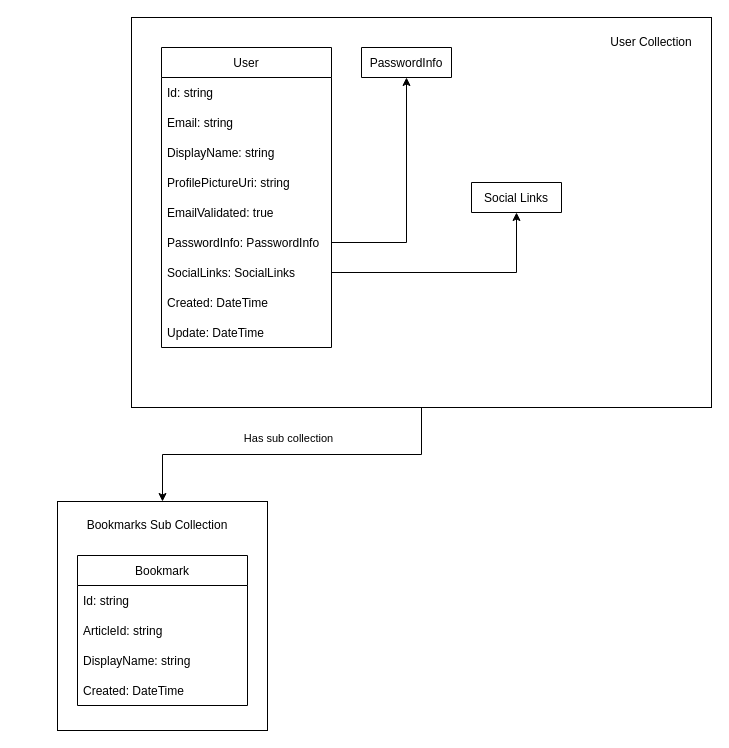
down-cast/architecture-and-docs keeps this draw.io diagram as Untitled Diagram.drawio. Above is the earlier version. Source tidied: cells renumbered, new cells numbered last; positions are measured from the earlier drawing's top-left corner, leaving out a move shared by most shapes. Both pictures are drawn from the tidied source at 100%, with x=0, y=0 at pixel (57, 17).
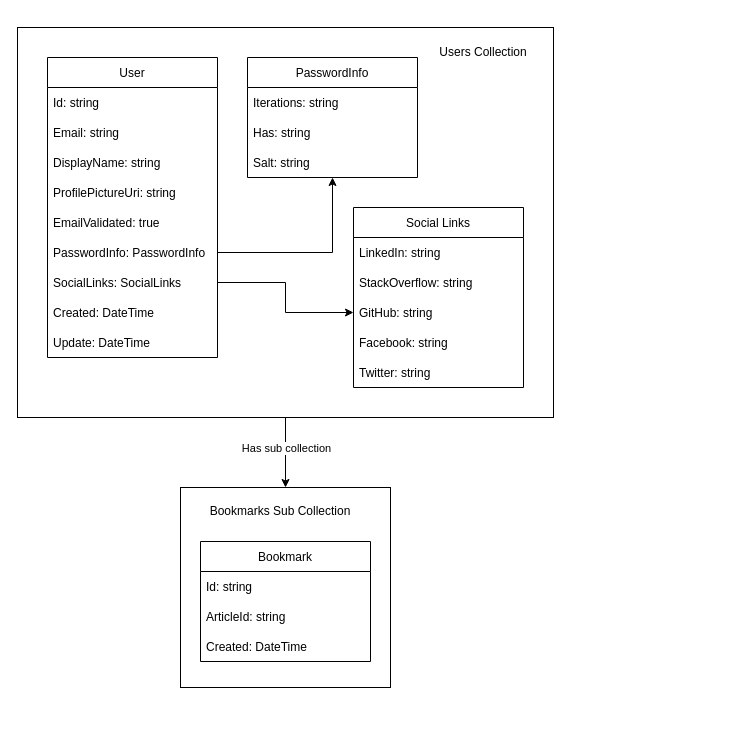
The same page after the edit.

Unchanged cells that the change refers to:
```xml
<mxCell id="9" value="PasswordInfo: PasswordInfo" style="text;strokeColor=none;fillColor=none;align=left;verticalAlign=middle;spacingLeft=4;spacingRight=4;overflow=hidden;points=[[0,0.5],[1,0.5]];portConstraint=eastwest;" parent="3" vertex="1">
  <mxGeometry y="180" width="170" height="30" as="geometry" />
</mxCell>
<mxCell id="10" value="SocialLinks: SocialLinks" style="text;strokeColor=none;fillColor=none;align=left;verticalAlign=middle;spacingLeft=4;spacingRight=4;overflow=hidden;points=[[0,0.5],[1,0.5]];portConstraint=eastwest;" parent="3" vertex="1">
  <mxGeometry y="210" width="170" height="30" as="geometry" />
</mxCell>
```

Diff of the diagram source:
```diff
@@
-    <mxCell id="2" style="group;" parent="1" vertex="1">
-      <mxGeometry x="74" width="580" height="390" as="geometry" />
-    </mxCell>
+    <mxCell id="27" style="edgeStyle=orthogonalEdgeStyle;rounded=0;jettySize=auto;html=1;exitX=0.5;exitY=1;exitDx=0;exitDy=0;entryX=0.5;entryY=0;entryDx=0;entryDy=0;" parent="1" edge="1" source="13" target="20">
+      <mxGeometry relative="1" as="geometry" />
+    </mxCell>
+    <mxCell id="28" value="Has sub collection" style="edgeLabel;html=1;align=center;verticalAlign=middle;" parent="27" vertex="1">
+      <mxGeometry x="-0.02" y="-3" relative="1" as="geometry">
+        <mxPoint x="3" y="-4" as="offset" />
+      </mxGeometry>
+    </mxCell>
+    <mxCell id="29" style="group;" parent="1" vertex="1">
+      <mxGeometry x="-40" y="10" width="536" height="390" as="geometry" />
+    </mxCell>
-    <mxCell id="3" value="User" style="swimlane;fontStyle=0;horizontal=1;startSize=30;fillStyle=auto;swimlaneLine=1;glass=0;" parent="2" vertex="1">
+    <mxCell id="3" value="User" style="swimlane;fontStyle=0;horizontal=1;startSize=30;fillStyle=auto;swimlaneLine=1;glass=0;" parent="29" vertex="1">
       <mxGeometry x="30" y="30" width="170" height="300" as="geometry" />
     </mxCell>
@@
-    <mxCell id="13" style="rounded=0;whiteSpace=wrap;html=1;glass=0;fillStyle=auto;fillColor=none;" parent="2" vertex="1">
-      <mxGeometry width="580" height="390" as="geometry" />
+    <mxCell id="13" style="rounded=0;whiteSpace=wrap;html=1;glass=0;fillStyle=auto;fillColor=none;" parent="29" vertex="1">
+      <mxGeometry width="536" height="390" as="geometry" />
     </mxCell>
-    <mxCell id="14" value="PasswordInfo" style="swimlane;fontStyle=0;horizontal=1;startSize=30;fillStyle=auto;swimlaneLine=1;glass=0;" parent="2" vertex="1" collapsed="1">
-      <mxGeometry x="230" y="30" width="90" height="30" as="geometry" />
+    <mxCell id="14" value="PasswordInfo" style="swimlane;fontStyle=0;horizontal=1;startSize=30;fillStyle=auto;swimlaneLine=1;glass=0;" parent="29" vertex="1">
+      <mxGeometry x="230" y="30" width="170" height="120" as="geometry" />
     </mxCell>
+    <mxCell id="30" value="Iterations: string" style="text;strokeColor=none;fillColor=none;align=left;verticalAlign=middle;spacingLeft=4;spacingRight=4;overflow=hidden;" parent="14" vertex="1">
+      <mxGeometry y="30" width="170" height="30" as="geometry" />
+    </mxCell>
+    <mxCell id="31" value="Has: string" style="text;strokeColor=none;fillColor=none;align=left;verticalAlign=middle;spacingLeft=4;spacingRight=4;overflow=hidden;" parent="14" vertex="1">
+      <mxGeometry y="60" width="170" height="30" as="geometry" />
+    </mxCell>
+    <mxCell id="32" value="Salt: string" style="text;strokeColor=none;fillColor=none;align=left;verticalAlign=middle;spacingLeft=4;spacingRight=4;overflow=hidden;" parent="14" vertex="1">
+      <mxGeometry y="90" width="170" height="30" as="geometry" />
+    </mxCell>
-    <mxCell id="15" value="Social Links" style="swimlane;fontStyle=0;horizontal=1;startSize=30;fillStyle=auto;swimlaneLine=1;glass=0;" parent="2" vertex="1" collapsed="1">
-      <mxGeometry x="340" y="165" width="90" height="30" as="geometry" />
+    <mxCell id="15" value="Social Links" style="swimlane;fontStyle=0;horizontal=1;startSize=30;fillStyle=auto;swimlaneLine=1;glass=0;" parent="29" vertex="1">
+      <mxGeometry x="336" y="180" width="170" height="180" as="geometry" />
     </mxCell>
+    <mxCell id="33" value="LinkedIn: string" style="text;strokeColor=none;fillColor=none;align=left;verticalAlign=middle;spacingLeft=4;spacingRight=4;overflow=hidden;" parent="15" vertex="1">
+      <mxGeometry y="30" width="170" height="30" as="geometry" />
+    </mxCell>
+    <mxCell id="34" value="StackOverflow: string" style="text;strokeColor=none;fillColor=none;align=left;verticalAlign=middle;spacingLeft=4;spacingRight=4;overflow=hidden;" parent="15" vertex="1">
+      <mxGeometry y="60" width="170" height="30" as="geometry" />
+    </mxCell>
+    <mxCell id="35" value="GitHub: string" style="text;strokeColor=none;fillColor=none;align=left;verticalAlign=middle;spacingLeft=4;spacingRight=4;overflow=hidden;points=[[0,0.5],[1,0.5]];portConstraint=eastwest;" parent="15" vertex="1">
+      <mxGeometry y="90" width="170" height="30" as="geometry" />
+    </mxCell>
+    <mxCell id="36" value="Facebook: string" style="text;strokeColor=none;fillColor=none;align=left;verticalAlign=middle;spacingLeft=4;spacingRight=4;overflow=hidden;" parent="15" vertex="1">
+      <mxGeometry y="120" width="170" height="30" as="geometry" />
+    </mxCell>
+    <mxCell id="37" value="Twitter: string" style="text;strokeColor=none;fillColor=none;align=left;verticalAlign=middle;spacingLeft=4;spacingRight=4;overflow=hidden;" parent="15" vertex="1">
+      <mxGeometry y="150" width="170" height="30" as="geometry" />
+    </mxCell>
-    <mxCell id="16" style="edgeStyle=orthogonalEdgeStyle;rounded=0;jettySize=auto;html=1;entryX=0.5;entryY=1;entryDx=0;entryDy=0;" parent="2" edge="1" source="9" target="14">
+    <mxCell id="16" style="edgeStyle=orthogonalEdgeStyle;rounded=0;jettySize=auto;html=1;entryX=0.5;entryY=1;entryDx=0;entryDy=0;" parent="29" edge="1" source="9" target="14">
       <mxGeometry relative="1" as="geometry" />
     </mxCell>
-    <mxCell id="17" style="edgeStyle=orthogonalEdgeStyle;rounded=0;jettySize=auto;html=1;entryX=0.5;entryY=1;entryDx=0;entryDy=0;" parent="2" edge="1" source="10" target="15">
+    <mxCell id="17" style="edgeStyle=orthogonalEdgeStyle;rounded=0;jettySize=auto;html=1;entryX=0;entryY=0.5;entryDx=0;entryDy=0;" parent="29" edge="1" source="10" target="35">
       <mxGeometry relative="1" as="geometry" />
     </mxCell>
-    <mxCell id="18" value="User Collection" style="text;html=1;strokeColor=none;fillColor=none;align=center;verticalAlign=middle;whiteSpace=wrap;rounded=0;glass=0;fillStyle=auto;" parent="2" vertex="1">
-      <mxGeometry x="470" y="10" width="100" height="30" as="geometry" />
+    <mxCell id="18" value="Users Collection" style="text;html=1;strokeColor=none;fillColor=none;align=center;verticalAlign=middle;whiteSpace=wrap;rounded=0;glass=0;fillStyle=auto;" parent="29" vertex="1">
+      <mxGeometry x="416" y="10" width="100" height="30" as="geometry" />
     </mxCell>
-    <mxCell id="19" style="group;" parent="1" vertex="1">
-      <mxGeometry y="484" width="210" height="229" as="geometry" />
-    </mxCell>
+    <mxCell id="38" style="group;" parent="1" vertex="1">
+      <mxGeometry x="123" y="470" width="210" height="200" as="geometry" />
+    </mxCell>
-    <mxCell id="20" style="rounded=0;whiteSpace=wrap;html=1;glass=0;fillStyle=auto;fillColor=none;" parent="19" vertex="1">
-      <mxGeometry width="210" height="229" as="geometry" />
+    <mxCell id="20" style="rounded=0;whiteSpace=wrap;html=1;glass=0;fillStyle=auto;fillColor=none;" parent="38" vertex="1">
+      <mxGeometry width="210" height="200" as="geometry" />
     </mxCell>
-    <mxCell id="21" value="Bookmark" style="swimlane;fontStyle=0;horizontal=1;startSize=30;fillStyle=auto;swimlaneLine=1;glass=0;" parent="19" vertex="1">
-      <mxGeometry x="20" y="54" width="170" height="150" as="geometry" />
+    <mxCell id="21" value="Bookmark" style="swimlane;fontStyle=0;horizontal=1;startSize=30;fillStyle=auto;swimlaneLine=1;glass=0;" parent="38" vertex="1">
+      <mxGeometry x="20" y="54" width="170" height="120" as="geometry" />
     </mxCell>
@@
-    <mxCell id="24" value="DisplayName: string" style="text;strokeColor=none;fillColor=none;align=left;verticalAlign=middle;spacingLeft=4;spacingRight=4;overflow=hidden;" parent="21" vertex="1">
-      <mxGeometry y="90" width="170" height="30" as="geometry" />
-    </mxCell>
     <mxCell id="25" value="Created: DateTime" style="text;strokeColor=none;fillColor=none;align=left;verticalAlign=middle;spacingLeft=4;spacingRight=4;overflow=hidden;" parent="21" vertex="1">
-      <mxGeometry y="120" width="170" height="30" as="geometry" />
+      <mxGeometry y="90" width="170" height="30" as="geometry" />
     </mxCell>
-    <mxCell id="26" value="Bookmarks Sub Collection" style="text;html=1;strokeColor=none;fillColor=none;align=center;verticalAlign=middle;whiteSpace=wrap;rounded=0;glass=0;fillStyle=auto;" parent="19" vertex="1">
+    <mxCell id="26" value="Bookmarks Sub Collection" style="text;html=1;strokeColor=none;fillColor=none;align=center;verticalAlign=middle;whiteSpace=wrap;rounded=0;glass=0;fillStyle=auto;" parent="38" vertex="1">
       <mxGeometry x="20" y="9" width="160" height="30" as="geometry" />
     </mxCell>
-    <mxCell id="27" style="edgeStyle=orthogonalEdgeStyle;rounded=0;jettySize=auto;html=1;exitX=0.5;exitY=1;exitDx=0;exitDy=0;entryX=0.5;entryY=0;entryDx=0;entryDy=0;" parent="1" edge="1" source="13" target="20">
-      <mxGeometry relative="1" as="geometry" />
-    </mxCell>
-    <mxCell id="28" value="Has sub collection" style="edgeLabel;html=1;align=center;verticalAlign=middle;" parent="27" vertex="1">
-      <mxGeometry x="-0.02" y="-3" relative="1" as="geometry">
-        <mxPoint x="-8" y="-14" as="offset" />
-      </mxGeometry>
-    </mxCell>
```
